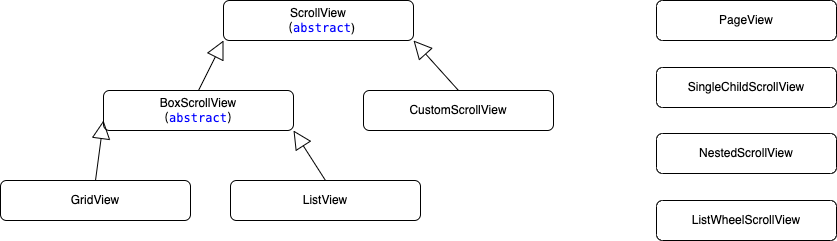
This is 知识点汇总/imgs/flutter中滑动相关组件.drawio.png from helloDolin/dolin_demo_flutter, a draw.io export, as it was before one commit. Source tidied: cells renumbered, new cells last; positions are measured from the earlier drawing's top-left corner, leaving out a move shared by most shapes. Source of this version:
```xml
<mxGraphModel>
  <root>
    <mxCell id="0" />
    <mxCell id="1" parent="0" />
    <mxCell id="2" value="ScrollView&lt;br&gt;（&lt;span style=&quot;color: rgb(0, 0, 255); background-color: rgb(255, 255, 255); font-family: Menlo, Monaco, &amp;quot;Courier New&amp;quot;, monospace;&quot;&gt;abstract&lt;/span&gt;&lt;span style=&quot;background-color: initial;&quot;&gt;)&lt;/span&gt;" style="rounded=1;whiteSpace=wrap;html=1;" parent="1" vertex="1">
      <mxGeometry x="223" width="190" height="40" as="geometry" />
    </mxCell>
    <mxCell id="3" value="BoxScrollView&lt;br&gt;（&lt;span style=&quot;color: rgb(0, 0, 255); background-color: rgb(255, 255, 255); font-family: Menlo, Monaco, &amp;quot;Courier New&amp;quot;, monospace;&quot;&gt;abstract&lt;/span&gt;&lt;span style=&quot;background-color: initial;&quot;&gt;）&lt;/span&gt;" style="rounded=1;whiteSpace=wrap;html=1;" parent="1" vertex="1">
      <mxGeometry x="103" y="90" width="190" height="40" as="geometry" />
    </mxCell>
    <mxCell id="4" value="CustomScrollView" style="rounded=1;whiteSpace=wrap;html=1;" parent="1" vertex="1">
      <mxGeometry x="363" y="90" width="190" height="40" as="geometry" />
    </mxCell>
    <mxCell id="5" value="GridView" style="rounded=1;whiteSpace=wrap;html=1;" parent="1" vertex="1">
      <mxGeometry y="180" width="190" height="40" as="geometry" />
    </mxCell>
    <mxCell id="6" value="ListView" style="rounded=1;whiteSpace=wrap;html=1;" parent="1" vertex="1">
      <mxGeometry x="230" y="180" width="190" height="40" as="geometry" />
    </mxCell>
    <mxCell id="7" value="PageView" style="rounded=1;whiteSpace=wrap;html=1;flipH=1;flipV=1;" parent="1" vertex="1">
      <mxGeometry x="656" width="180" height="40" as="geometry" />
    </mxCell>
    <mxCell id="8" value="ListWheelScrollView" style="rounded=1;whiteSpace=wrap;html=1;flipH=1;flipV=1;" parent="1" vertex="1">
      <mxGeometry x="656" y="200" width="180" height="40" as="geometry" />
    </mxCell>
    <mxCell id="9" value="SingleChildScrollView" style="rounded=1;whiteSpace=wrap;html=1;flipH=1;flipV=1;" parent="1" vertex="1">
      <mxGeometry x="656" y="67" width="180" height="40" as="geometry" />
    </mxCell>
    <mxCell id="10" value="NestedScrollView" style="rounded=1;whiteSpace=wrap;html=1;flipH=1;flipV=1;" parent="1" vertex="1">
      <mxGeometry x="656" y="133" width="180" height="40" as="geometry" />
    </mxCell>
    <mxCell id="11" style="endArrow=block;endSize=16;endFill=0;html=1;entryX=0;entryY=1;entryDx=0;entryDy=0;exitX=0.5;exitY=0;exitDx=0;exitDy=0;" parent="1" edge="1" source="3" target="2">
      <mxGeometry x="-0.85" y="28" relative="1" as="geometry" />
    </mxCell>
    <mxCell id="12" style="endArrow=block;endSize=16;endFill=0;html=1;entryX=1;entryY=1;entryDx=0;entryDy=0;exitX=0.5;exitY=0;exitDx=0;exitDy=0;" parent="1" edge="1" source="4" target="2">
      <mxGeometry x="-0.85" y="28" relative="1" as="geometry" />
    </mxCell>
    <mxCell id="13" style="endArrow=block;endSize=16;endFill=0;html=1;entryX=0;entryY=0.75;entryDx=0;entryDy=0;exitX=0.5;exitY=0;exitDx=0;exitDy=0;" parent="1" edge="1" source="5" target="3">
      <mxGeometry x="-0.85" y="28" relative="1" as="geometry" />
    </mxCell>
    <mxCell id="14" style="endArrow=block;endSize=16;endFill=0;html=1;entryX=1;entryY=1;entryDx=0;entryDy=0;exitX=0.5;exitY=0;exitDx=0;exitDy=0;" parent="1" edge="1" source="6" target="3">
      <mxGeometry x="-0.85" y="28" relative="1" as="geometry" />
    </mxCell>
  </root>
</mxGraphModel>
```
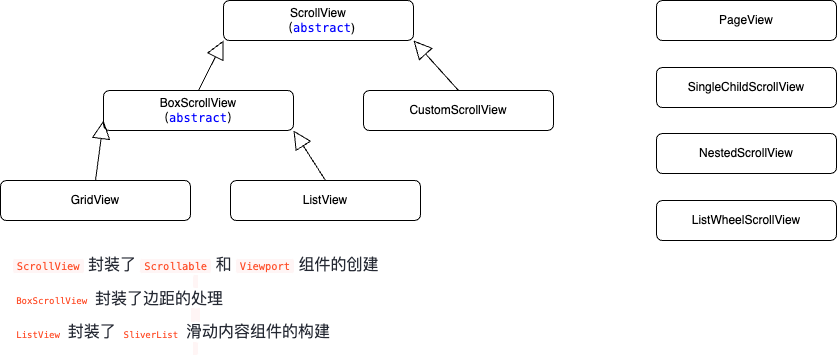
After the commit.

Diff of the diagram source:
```diff
@@ -41,5 +41,8 @@
     <mxCell id="14" style="endArrow=block;endSize=16;endFill=0;html=1;entryX=1;entryY=1;entryDx=0;entryDy=0;exitX=0.5;exitY=0;exitDx=0;exitDy=0;" parent="1" edge="1" source="6" target="3">
       <mxGeometry x="-0.85" y="28" relative="1" as="geometry" />
     </mxCell>
+    <mxCell id="15" value="&lt;div style=&quot;text-align: left;&quot;&gt;&lt;code style=&quot;font-family: Menlo, Monaco, Consolas, &amp;quot;Courier New&amp;quot;, monospace; font-size: 0.87em; word-break: break-word; border-radius: 2px; overflow-x: auto; background-color: rgb(255, 245, 245); color: rgb(255, 80, 44); padding: 0.065em 0.4em;&quot;&gt;ScrollView&lt;/code&gt;&lt;span style=&quot;color: rgb(37, 41, 51); font-family: -apple-system, system-ui, &amp;quot;Segoe UI&amp;quot;, Roboto, Ubuntu, Cantarell, &amp;quot;Noto Sans&amp;quot;, sans-serif, &amp;quot;system-ui&amp;quot;, &amp;quot;Helvetica Neue&amp;quot;, &amp;quot;PingFang SC&amp;quot;, &amp;quot;Hiragino Sans GB&amp;quot;, &amp;quot;Microsoft YaHei&amp;quot;, Arial; font-size: 16px; background-color: rgb(255, 255, 255);&quot;&gt;&amp;nbsp;封装了&amp;nbsp;&lt;/span&gt;&lt;code style=&quot;font-family: Menlo, Monaco, Consolas, &amp;quot;Courier New&amp;quot;, monospace; font-size: 0.87em; word-break: break-word; border-radius: 2px; overflow-x: auto; background-color: rgb(255, 245, 245); color: rgb(255, 80, 44); padding: 0.065em 0.4em;&quot;&gt;Scrollable&lt;/code&gt;&lt;span style=&quot;color: rgb(37, 41, 51); font-family: -apple-system, system-ui, &amp;quot;Segoe UI&amp;quot;, Roboto, Ubuntu, Cantarell, &amp;quot;Noto Sans&amp;quot;, sans-serif, &amp;quot;system-ui&amp;quot;, &amp;quot;Helvetica Neue&amp;quot;, &amp;quot;PingFang SC&amp;quot;, &amp;quot;Hiragino Sans GB&amp;quot;, &amp;quot;Microsoft YaHei&amp;quot;, Arial; font-size: 16px; background-color: rgb(255, 255, 255);&quot;&gt;&amp;nbsp;和&amp;nbsp;&lt;/span&gt;&lt;code style=&quot;font-family: Menlo, Monaco, Consolas, &amp;quot;Courier New&amp;quot;, monospace; font-size: 0.87em; word-break: break-word; border-radius: 2px; overflow-x: auto; background-color: rgb(255, 245, 245); color: rgb(255, 80, 44); padding: 0.065em 0.4em;&quot;&gt;Viewport&lt;/code&gt;&lt;span style=&quot;color: rgb(37, 41, 51); font-family: -apple-system, system-ui, &amp;quot;Segoe UI&amp;quot;, Roboto, Ubuntu, Cantarell, &amp;quot;Noto Sans&amp;quot;, sans-serif, &amp;quot;system-ui&amp;quot;, &amp;quot;Helvetica Neue&amp;quot;, &amp;quot;PingFang SC&amp;quot;, &amp;quot;Hiragino Sans GB&amp;quot;, &amp;quot;Microsoft YaHei&amp;quot;, Arial; font-size: 16px; background-color: rgb(255, 255, 255);&quot;&gt;&amp;nbsp;组件的创建&lt;/span&gt;&lt;/div&gt;&lt;code style=&quot;font-family: Menlo, Monaco, Consolas, &amp;quot;Courier New&amp;quot;, monospace; font-size: 0.87em; word-break: break-word; border-radius: 2px; overflow-x: auto; background-color: rgb(255, 245, 245); color: rgb(255, 80, 44); padding: 0.065em 0.4em;&quot;&gt;&lt;div style=&quot;text-align: left;&quot;&gt;&lt;code style=&quot;font-family: Menlo, Monaco, Consolas, &amp;quot;Courier New&amp;quot;, monospace; font-size: 0.87em; word-break: break-word; border-radius: 2px; overflow-x: auto; color: rgb(255, 80, 44); padding: 0.065em 0.4em;&quot;&gt;BoxScrollView&lt;/code&gt;&lt;span style=&quot;color: rgb(37, 41, 51); font-family: -apple-system, system-ui, &amp;quot;Segoe UI&amp;quot;, Roboto, Ubuntu, Cantarell, &amp;quot;Noto Sans&amp;quot;, sans-serif, &amp;quot;system-ui&amp;quot;, &amp;quot;Helvetica Neue&amp;quot;, &amp;quot;PingFang SC&amp;quot;, &amp;quot;Hiragino Sans GB&amp;quot;, &amp;quot;Microsoft YaHei&amp;quot;, Arial; font-size: 16px; background-color: rgb(255, 255, 255);&quot;&gt;&amp;nbsp;封装了边距的处理&lt;/span&gt;&lt;/div&gt;&lt;/code&gt;&lt;code style=&quot;font-family: Menlo, Monaco, Consolas, &amp;quot;Courier New&amp;quot;, monospace; font-size: 0.87em; word-break: break-word; border-radius: 2px; overflow-x: auto; background-color: rgb(255, 245, 245); color: rgb(255, 80, 44); padding: 0.065em 0.4em;&quot;&gt;&lt;div style=&quot;text-align: left;&quot;&gt;&lt;code style=&quot;font-family: Menlo, Monaco, Consolas, &amp;quot;Courier New&amp;quot;, monospace; font-size: 0.87em; word-break: break-word; border-radius: 2px; overflow-x: auto; color: rgb(255, 80, 44); padding: 0.065em 0.4em;&quot;&gt;ListView&lt;/code&gt;&lt;span style=&quot;color: rgb(37, 41, 51); font-family: -apple-system, system-ui, &amp;quot;Segoe UI&amp;quot;, Roboto, Ubuntu, Cantarell, &amp;quot;Noto Sans&amp;quot;, sans-serif, &amp;quot;system-ui&amp;quot;, &amp;quot;Helvetica Neue&amp;quot;, &amp;quot;PingFang SC&amp;quot;, &amp;quot;Hiragino Sans GB&amp;quot;, &amp;quot;Microsoft YaHei&amp;quot;, Arial; font-size: 16px; background-color: rgb(255, 255, 255);&quot;&gt;&amp;nbsp;封装了&amp;nbsp;&lt;/span&gt;&lt;code style=&quot;font-family: Menlo, Monaco, Consolas, &amp;quot;Courier New&amp;quot;, monospace; font-size: 0.87em; word-break: break-word; border-radius: 2px; overflow-x: auto; color: rgb(255, 80, 44); padding: 0.065em 0.4em;&quot;&gt;SliverList&lt;/code&gt;&lt;span style=&quot;color: rgb(37, 41, 51); font-family: -apple-system, system-ui, &amp;quot;Segoe UI&amp;quot;, Roboto, Ubuntu, Cantarell, &amp;quot;Noto Sans&amp;quot;, sans-serif, &amp;quot;system-ui&amp;quot;, &amp;quot;Helvetica Neue&amp;quot;, &amp;quot;PingFang SC&amp;quot;, &amp;quot;Hiragino Sans GB&amp;quot;, &amp;quot;Microsoft YaHei&amp;quot;, Arial; font-size: 16px; background-color: rgb(255, 255, 255);&quot;&gt;&amp;nbsp;滑动内容组件的构建&lt;/span&gt;&lt;/div&gt;&lt;/code&gt;" style="text;html=1;align=center;verticalAlign=middle;strokeColor=none;fillColor=none;" parent="1" vertex="1">
+      <mxGeometry y="250" width="390" height="110" as="geometry" />
+    </mxCell>
   </root>
 </mxGraphModel>
```
